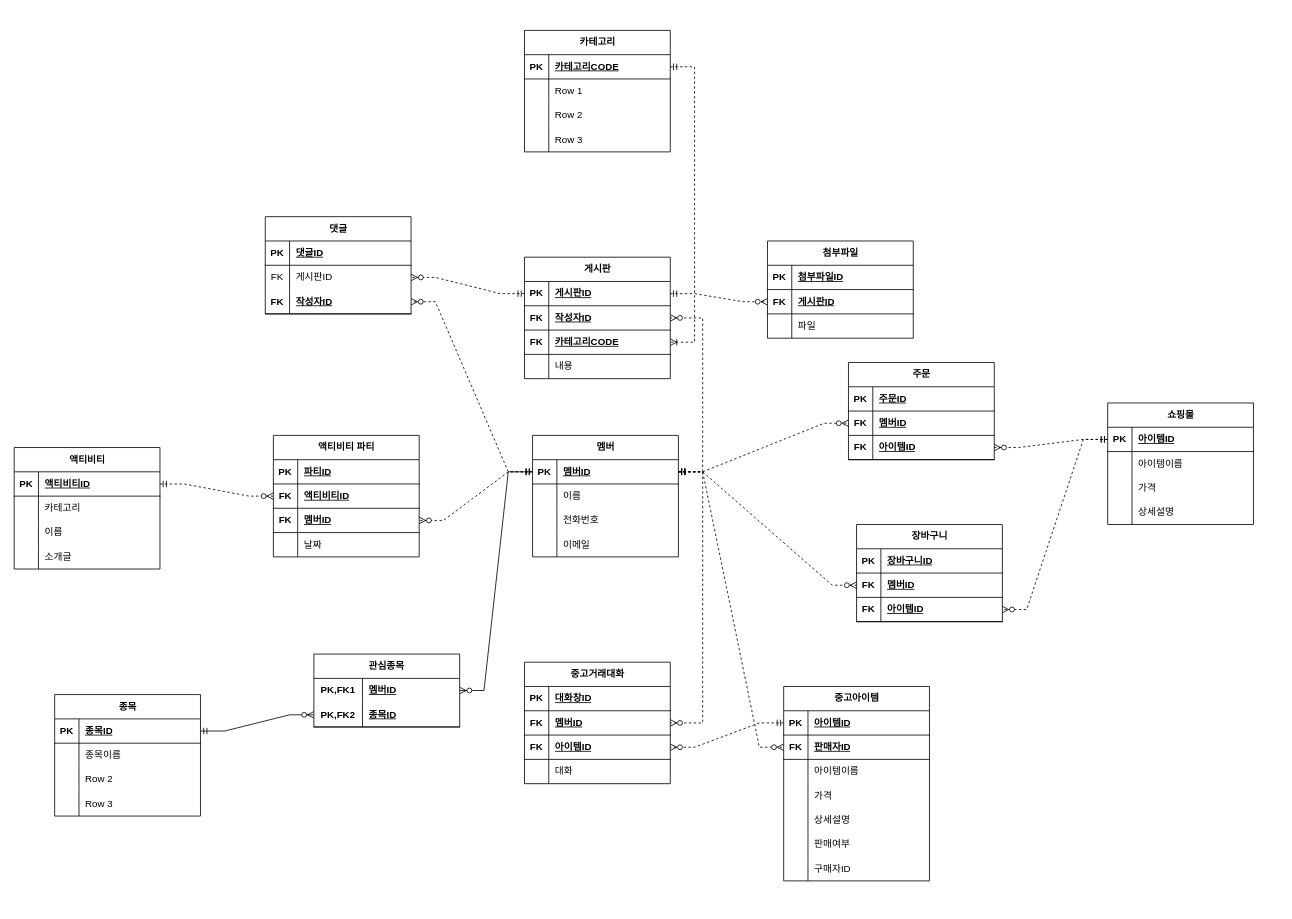
Above: 연습다이어그램.drawio in GGoJae/erd (draw.io), before the change. Source tidied: cells renumbered, new cells numbered last; positions are measured from the earlier drawing's top-left corner, leaving out a move shared by most shapes. Both pictures are drawn from the tidied source at 81%, with x=0, y=0 at pixel (14, 30).
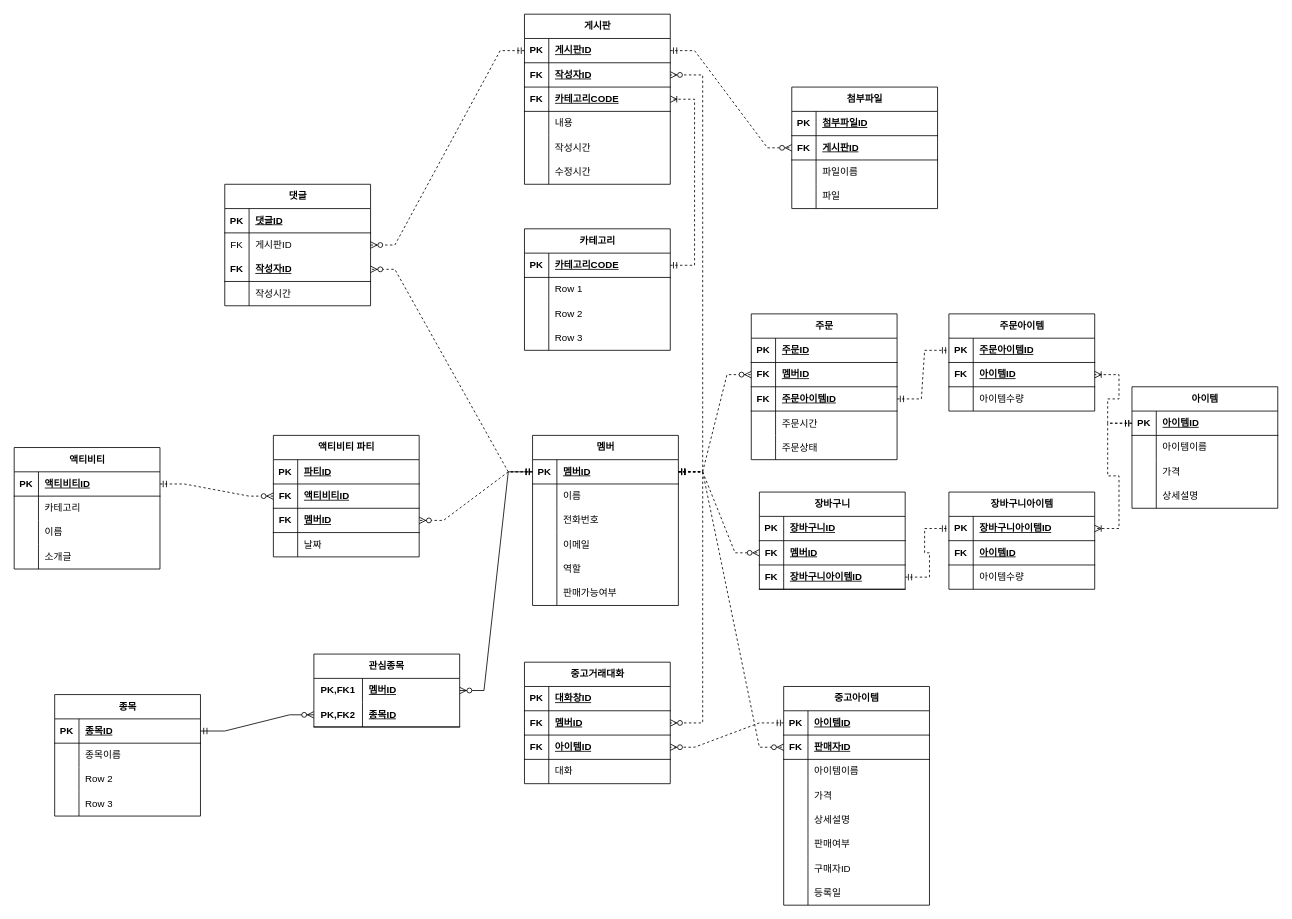
The same page after the edit.

Commit message:
연습다이어그램.drawio 업데이트

The change refers to these unchanged cells:
```xml
<mxCell id="96" style="shape=tableRow;horizontal=0;startSize=0;swimlaneHead=0;swimlaneBody=0;fillColor=none;top=0;left=0;right=0;bottom=0;" parent="89" vertex="1">
  <mxGeometry y="90" width="180" height="30" as="geometry" />
</mxCell>
<mxCell id="110" style="shape=tableRow;horizontal=0;startSize=0;swimlaneHead=0;swimlaneBody=0;fillColor=none;points=[[0,0.5],[1,0.5]];portConstraint=eastwest;top=0;left=0;right=0;bottom=1;" parent="109" vertex="1">
  <mxGeometry y="30" width="180" height="30" as="geometry" />
</mxCell>
<mxCell id="142" style="shape=tableRow;horizontal=0;startSize=0;swimlaneHead=0;swimlaneBody=0;fillColor=none;points=[[0,0.5],[1,0.5]];portConstraint=eastwest;top=0;left=0;right=0;bottom=1;" parent="135" vertex="1">
  <mxGeometry y="90" width="180" height="30" as="geometry" />
</mxCell>
<mxCell id="165" style="shape=tableRow;horizontal=0;startSize=0;swimlaneHead=0;swimlaneBody=0;fillColor=none;points=[[0,0.5],[1,0.5]];portConstraint=eastwest;top=0;left=0;right=0;bottom=1;" parent="158" vertex="1">
  <mxGeometry y="90" width="180" height="30" as="geometry" />
</mxCell>
```

Change to the diagram source:
```diff
@@
     <mxCell id="2" value="멤버" style="shape=table;startSize=30;childLayout=tableLayout;rowLines=0;fontStyle=1;align=center;html=1;" parent="1" vertex="1">
-      <mxGeometry x="640" y="500" width="180" height="150" as="geometry" />
+      <mxGeometry x="640" y="500" width="180" height="210" as="geometry" />
     </mxCell>
@@
+    <mxCell id="191" style="shape=tableRow;horizontal=0;startSize=0;swimlaneHead=0;swimlaneBody=0;fillColor=none;top=0;left=0;right=0;bottom=0;" parent="2" vertex="1">
+      <mxGeometry y="150" width="180" height="30" as="geometry" />
+    </mxCell>
+    <mxCell id="192" style="shape=partialRectangle;fillColor=none;top=0;left=0;bottom=0;right=0;overflow=hidden;whiteSpace=wrap;html=1;" parent="191" vertex="1">
+      <mxGeometry width="30" height="30" as="geometry" />
+    </mxCell>
+    <mxCell id="193" value="역할" style="shape=partialRectangle;fillColor=none;top=0;left=0;bottom=0;right=0;align=left;spacingLeft=6;overflow=hidden;whiteSpace=wrap;html=1;" parent="191" vertex="1">
+      <mxGeometry x="30" width="150" height="30" as="geometry" />
+    </mxCell>
+    <mxCell id="194" style="shape=tableRow;horizontal=0;startSize=0;swimlaneHead=0;swimlaneBody=0;fillColor=none;top=0;left=0;right=0;bottom=0;" parent="2" vertex="1">
+      <mxGeometry y="180" width="180" height="30" as="geometry" />
+    </mxCell>
+    <mxCell id="195" style="shape=partialRectangle;fillColor=none;top=0;left=0;bottom=0;right=0;overflow=hidden;whiteSpace=wrap;html=1;" parent="194" vertex="1">
+      <mxGeometry width="30" height="30" as="geometry" />
+    </mxCell>
+    <mxCell id="196" value="판매가능여부" style="shape=partialRectangle;fillColor=none;top=0;left=0;bottom=0;right=0;align=left;spacingLeft=6;overflow=hidden;whiteSpace=wrap;html=1;" parent="194" vertex="1">
+      <mxGeometry x="30" width="150" height="30" as="geometry" />
+    </mxCell>
@@
     <mxCell id="41" value="게시판" style="shape=table;startSize=30;childLayout=tableLayout;rowLines=0;fontStyle=1;align=center;html=1;" parent="1" vertex="1">
-      <mxGeometry x="630" y="280" width="180" height="150" as="geometry" />
+      <mxGeometry x="630" y="-20" width="180" height="210" as="geometry" />
     </mxCell>
@@
+    <mxCell id="197" style="shape=tableRow;horizontal=0;startSize=0;swimlaneHead=0;swimlaneBody=0;fillColor=none;top=0;left=0;right=0;bottom=0;" parent="41" vertex="1">
+      <mxGeometry y="150" width="180" height="30" as="geometry" />
+    </mxCell>
+    <mxCell id="198" style="shape=partialRectangle;fillColor=none;top=0;left=0;bottom=0;right=0;overflow=hidden;whiteSpace=wrap;html=1;" parent="197" vertex="1">
+      <mxGeometry width="30" height="30" as="geometry" />
+    </mxCell>
+    <mxCell id="199" value="작성시간" style="shape=partialRectangle;fillColor=none;top=0;left=0;bottom=0;right=0;align=left;spacingLeft=6;overflow=hidden;whiteSpace=wrap;html=1;" parent="197" vertex="1">
+      <mxGeometry x="30" width="150" height="30" as="geometry" />
+    </mxCell>
+    <mxCell id="200" style="shape=tableRow;horizontal=0;startSize=0;swimlaneHead=0;swimlaneBody=0;fillColor=none;top=0;left=0;right=0;bottom=0;" parent="41" vertex="1">
+      <mxGeometry y="180" width="180" height="30" as="geometry" />
+    </mxCell>
+    <mxCell id="201" style="shape=partialRectangle;fillColor=none;top=0;left=0;bottom=0;right=0;overflow=hidden;whiteSpace=wrap;html=1;" parent="200" vertex="1">
+      <mxGeometry width="30" height="30" as="geometry" />
+    </mxCell>
+    <mxCell id="202" value="수정시간" style="shape=partialRectangle;fillColor=none;top=0;left=0;bottom=0;right=0;align=left;spacingLeft=6;overflow=hidden;whiteSpace=wrap;html=1;" parent="200" vertex="1">
+      <mxGeometry x="30" width="150" height="30" as="geometry" />
+    </mxCell>
@@
     <mxCell id="67" value="중고아이템" style="shape=table;startSize=30;childLayout=tableLayout;rowLines=0;fontStyle=1;align=center;html=1;" parent="1" vertex="1">
-      <mxGeometry x="950" y="810" width="180" height="240" as="geometry" />
+      <mxGeometry x="950" y="810" width="180" height="270" as="geometry" />
     </mxCell>
@@
+    <mxCell id="203" style="shape=tableRow;horizontal=0;startSize=0;swimlaneHead=0;swimlaneBody=0;fillColor=none;top=0;left=0;right=0;bottom=0;" parent="67" vertex="1">
+      <mxGeometry y="240" width="180" height="30" as="geometry" />
+    </mxCell>
+    <mxCell id="204" style="shape=partialRectangle;fillColor=none;top=0;left=0;bottom=0;right=0;overflow=hidden;whiteSpace=wrap;html=1;" parent="203" vertex="1">
+      <mxGeometry width="30" height="30" as="geometry" />
+    </mxCell>
+    <mxCell id="205" value="등록일" style="shape=partialRectangle;fillColor=none;top=0;left=0;bottom=0;right=0;align=left;spacingLeft=6;overflow=hidden;whiteSpace=wrap;html=1;" parent="203" vertex="1">
+      <mxGeometry x="30" width="150" height="30" as="geometry" />
+    </mxCell>
     <mxCell id="89" value="첨부파일" style="shape=table;startSize=30;childLayout=tableLayout;rowLines=0;fontStyle=1;align=center;html=1;" parent="1" vertex="1">
-      <mxGeometry x="930" y="260" width="180" height="120" as="geometry" />
+      <mxGeometry x="960" y="70" width="180" height="150" as="geometry" />
     </mxCell>
@@
-    <mxCell id="98" value="파일" style="shape=partialRectangle;fillColor=none;top=0;left=0;bottom=0;right=0;align=left;spacingLeft=6;overflow=hidden;whiteSpace=wrap;html=1;" parent="96" vertex="1">
+    <mxCell id="98" value="파일이름" style="shape=partialRectangle;fillColor=none;top=0;left=0;bottom=0;right=0;align=left;spacingLeft=6;overflow=hidden;whiteSpace=wrap;html=1;" parent="96" vertex="1">
       <mxGeometry x="30" width="150" height="30" as="geometry" />
     </mxCell>
+    <mxCell id="206" style="shape=tableRow;horizontal=0;startSize=0;swimlaneHead=0;swimlaneBody=0;fillColor=none;top=0;left=0;right=0;bottom=0;" parent="89" vertex="1">
+      <mxGeometry y="120" width="180" height="30" as="geometry" />
+    </mxCell>
+    <mxCell id="207" style="shape=partialRectangle;fillColor=none;top=0;left=0;bottom=0;right=0;overflow=hidden;whiteSpace=wrap;html=1;" parent="206" vertex="1">
+      <mxGeometry width="30" height="30" as="geometry" />
+    </mxCell>
+    <mxCell id="208" value="파일" style="shape=partialRectangle;fillColor=none;top=0;left=0;bottom=0;right=0;align=left;spacingLeft=6;overflow=hidden;whiteSpace=wrap;html=1;" parent="206" vertex="1">
+      <mxGeometry x="30" width="150" height="30" as="geometry" />
+    </mxCell>
     <mxCell id="99" value="댓글" style="shape=table;startSize=30;childLayout=tableLayout;rowLines=0;fontStyle=1;align=center;html=1;" parent="1" vertex="1">
-      <mxGeometry x="310" y="230" width="180" height="120" as="geometry" />
+      <mxGeometry x="260" y="190" width="180" height="150" as="geometry" />
     </mxCell>
@@
+    <mxCell id="209" style="shape=tableRow;horizontal=0;startSize=0;swimlaneHead=0;swimlaneBody=0;fillColor=none;top=0;left=0;right=0;bottom=0;" parent="99" vertex="1">
+      <mxGeometry y="120" width="180" height="30" as="geometry" />
+    </mxCell>
+    <mxCell id="210" style="shape=partialRectangle;fillColor=none;top=0;left=0;bottom=0;right=0;overflow=hidden;" parent="209" vertex="1">
+      <mxGeometry width="30" height="30" as="geometry" />
+    </mxCell>
+    <mxCell id="211" value="작성시간" style="shape=partialRectangle;fillColor=none;top=0;left=0;bottom=0;right=0;align=left;spacingLeft=6;overflow=hidden;" parent="209" vertex="1">
+      <mxGeometry x="30" width="150" height="30" as="geometry" />
+    </mxCell>
-    <mxCell id="109" value="쇼핑몰" style="shape=table;startSize=30;childLayout=tableLayout;rowLines=0;fontStyle=1;align=center;html=1;" parent="1" vertex="1">
-      <mxGeometry x="1350" y="460" width="180" height="150" as="geometry" />
+    <mxCell id="109" value="아이템" style="shape=table;startSize=30;childLayout=tableLayout;rowLines=0;fontStyle=1;align=center;html=1;" parent="1" vertex="1">
+      <mxGeometry x="1380" y="440" width="180" height="150" as="geometry" />
     </mxCell>
@@
     <mxCell id="122" value="카테고리" style="shape=table;startSize=30;childLayout=tableLayout;rowLines=0;fontStyle=1;align=center;html=1;" parent="1" vertex="1">
-      <mxGeometry x="630" width="180" height="150" as="geometry" />
+      <mxGeometry x="630" y="245" width="180" height="150" as="geometry" />
     </mxCell>
@@
     <mxCell id="135" value="주문" style="shape=table;startSize=30;childLayout=tableLayout;rowLines=0;fontStyle=1;align=center;html=1;" parent="1" vertex="1">
-      <mxGeometry x="1030" y="410" width="180" height="120" as="geometry" />
+      <mxGeometry x="910" y="350" width="180" height="180" as="geometry" />
     </mxCell>
@@
-    <mxCell id="144" value="아이템&lt;span style=&quot;white-space: pre;&quot;&gt;ID&lt;/span&gt;" style="shape=partialRectangle;fillColor=none;top=0;left=0;bottom=0;right=0;align=left;spacingLeft=6;fontStyle=5;overflow=hidden;whiteSpace=wrap;html=1;" parent="142" vertex="1">
+    <mxCell id="144" value="주문아이템&lt;span style=&quot;white-space: pre;&quot;&gt;ID&lt;/span&gt;" style="shape=partialRectangle;fillColor=none;top=0;left=0;bottom=0;right=0;align=left;spacingLeft=6;fontStyle=5;overflow=hidden;whiteSpace=wrap;html=1;" parent="142" vertex="1">
       <mxGeometry x="30" width="150" height="30" as="geometry" />
     </mxCell>
+    <mxCell id="212" style="shape=tableRow;horizontal=0;startSize=0;swimlaneHead=0;swimlaneBody=0;fillColor=none;top=0;left=0;right=0;bottom=0;" parent="135" vertex="1">
+      <mxGeometry y="120" width="180" height="30" as="geometry" />
+    </mxCell>
+    <mxCell id="213" style="shape=partialRectangle;fillColor=none;top=0;left=0;bottom=0;right=0;overflow=hidden;" parent="212" vertex="1">
+      <mxGeometry width="30" height="30" as="geometry" />
+    </mxCell>
+    <mxCell id="214" value="주문시간" style="shape=partialRectangle;fillColor=none;top=0;left=0;bottom=0;right=0;align=left;spacingLeft=6;overflow=hidden;" parent="212" vertex="1">
+      <mxGeometry x="30" width="150" height="30" as="geometry" />
+    </mxCell>
+    <mxCell id="215" style="shape=tableRow;horizontal=0;startSize=0;swimlaneHead=0;swimlaneBody=0;fillColor=none;top=0;left=0;right=0;bottom=0;" parent="135" vertex="1">
+      <mxGeometry y="150" width="180" height="30" as="geometry" />
+    </mxCell>
+    <mxCell id="216" style="shape=partialRectangle;fillColor=none;top=0;left=0;bottom=0;right=0;overflow=hidden;" parent="215" vertex="1">
+      <mxGeometry width="30" height="30" as="geometry" />
+    </mxCell>
+    <mxCell id="217" value="주문상태" style="shape=partialRectangle;fillColor=none;top=0;left=0;bottom=0;right=0;align=left;spacingLeft=6;overflow=hidden;" parent="215" vertex="1">
+      <mxGeometry x="30" width="150" height="30" as="geometry" />
+    </mxCell>
@@
     <mxCell id="158" value="장바구니" style="shape=table;startSize=30;childLayout=tableLayout;rowLines=0;fontStyle=1;align=center;html=1;" parent="1" vertex="1">
-      <mxGeometry x="1040" y="610" width="180" height="120" as="geometry" />
+      <mxGeometry x="920" y="570" width="180" height="120" as="geometry" />
     </mxCell>
@@
-    <mxCell id="167" value="아이템ID" style="shape=partialRectangle;fillColor=none;top=0;left=0;bottom=0;right=0;align=left;spacingLeft=6;fontStyle=5;overflow=hidden;whiteSpace=wrap;html=1;" parent="165" vertex="1">
+    <mxCell id="167" value="장바구니아이템ID" style="shape=partialRectangle;fillColor=none;top=0;left=0;bottom=0;right=0;align=left;spacingLeft=6;fontStyle=5;overflow=hidden;whiteSpace=wrap;html=1;" parent="165" vertex="1">
       <mxGeometry x="30" width="150" height="30" as="geometry" />
     </mxCell>
-    <mxCell id="168" style="edgeStyle=entityRelationEdgeStyle;fontSize=12;html=1;endArrow=ERzeroToMany;startArrow=ERmandOne;rounded=0;dashed=1;" parent="1" edge="1" source="110" target="142">
-      <mxGeometry relative="1" as="geometry" />
-    </mxCell>
@@
-    <mxCell id="171" style="edgeStyle=entityRelationEdgeStyle;fontSize=12;html=1;endArrow=ERzeroToMany;startArrow=ERmandOne;rounded=0;dashed=1;" parent="1" edge="1" source="110" target="165">
-      <mxGeometry relative="1" as="geometry" />
-    </mxCell>
@@
+    <mxCell id="218" value="주문아이템" style="shape=table;startSize=30;childLayout=tableLayout;rowLines=0;fontStyle=1;align=center;html=1;" parent="1" vertex="1">
+      <mxGeometry x="1154" y="350" width="180" height="120" as="geometry" />
+    </mxCell>
+    <mxCell id="219" style="shape=tableRow;horizontal=0;startSize=0;swimlaneHead=0;swimlaneBody=0;fillColor=none;points=[[0,0.5],[1,0.5]];portConstraint=eastwest;top=0;left=0;right=0;bottom=1;" parent="218" vertex="1">
+      <mxGeometry y="30" width="180" height="30" as="geometry" />
+    </mxCell>
+    <mxCell id="220" value="PK" style="shape=partialRectangle;fillColor=none;top=0;left=0;bottom=0;right=0;fontStyle=1;overflow=hidden;whiteSpace=wrap;html=1;" parent="219" vertex="1">
+      <mxGeometry width="30" height="30" as="geometry" />
+    </mxCell>
+    <mxCell id="221" value="주문아이템ID" style="shape=partialRectangle;fillColor=none;top=0;left=0;bottom=0;right=0;align=left;spacingLeft=6;fontStyle=5;overflow=hidden;whiteSpace=wrap;html=1;" parent="219" vertex="1">
+      <mxGeometry x="30" width="150" height="30" as="geometry" />
+    </mxCell>
+    <mxCell id="222" style="shape=tableRow;horizontal=0;startSize=0;swimlaneHead=0;swimlaneBody=0;fillColor=none;points=[[0,0.5],[1,0.5]];portConstraint=eastwest;top=0;left=0;right=0;bottom=1;" parent="218" vertex="1">
+      <mxGeometry y="60" width="180" height="30" as="geometry" />
+    </mxCell>
+    <mxCell id="223" value="FK" style="shape=partialRectangle;fillColor=none;top=0;left=0;bottom=0;right=0;fontStyle=1;overflow=hidden;whiteSpace=wrap;html=1;" parent="222" vertex="1">
+      <mxGeometry width="30" height="30" as="geometry" />
+    </mxCell>
+    <mxCell id="224" value="아이템ID" style="shape=partialRectangle;fillColor=none;top=0;left=0;bottom=0;right=0;align=left;spacingLeft=6;fontStyle=5;overflow=hidden;whiteSpace=wrap;html=1;" parent="222" vertex="1">
+      <mxGeometry x="30" width="150" height="30" as="geometry" />
+    </mxCell>
+    <mxCell id="225" style="shape=tableRow;horizontal=0;startSize=0;swimlaneHead=0;swimlaneBody=0;fillColor=none;top=0;left=0;right=0;bottom=0;" parent="218" vertex="1">
+      <mxGeometry y="90" width="180" height="30" as="geometry" />
+    </mxCell>
+    <mxCell id="226" style="shape=partialRectangle;fillColor=none;top=0;left=0;bottom=0;right=0;overflow=hidden;whiteSpace=wrap;html=1;" parent="225" vertex="1">
+      <mxGeometry width="30" height="30" as="geometry" />
+    </mxCell>
+    <mxCell id="227" value="아이템수량" style="shape=partialRectangle;fillColor=none;top=0;left=0;bottom=0;right=0;align=left;spacingLeft=6;overflow=hidden;whiteSpace=wrap;html=1;" parent="225" vertex="1">
+      <mxGeometry x="30" width="150" height="30" as="geometry" />
+    </mxCell>
+    <mxCell id="228" value="장바구니아이템" style="shape=table;startSize=30;childLayout=tableLayout;rowLines=0;fontStyle=1;align=center;html=1;" parent="1" vertex="1">
+      <mxGeometry x="1154" y="570" width="180" height="120" as="geometry" />
+    </mxCell>
+    <mxCell id="229" style="shape=tableRow;horizontal=0;startSize=0;swimlaneHead=0;swimlaneBody=0;fillColor=none;points=[[0,0.5],[1,0.5]];portConstraint=eastwest;top=0;left=0;right=0;bottom=1;" parent="228" vertex="1">
+      <mxGeometry y="30" width="180" height="30" as="geometry" />
+    </mxCell>
+    <mxCell id="230" value="PK" style="shape=partialRectangle;fillColor=none;top=0;left=0;bottom=0;right=0;fontStyle=1;overflow=hidden;whiteSpace=wrap;html=1;" parent="229" vertex="1">
+      <mxGeometry width="30" height="30" as="geometry" />
+    </mxCell>
+    <mxCell id="231" value="장바구니아이템ID" style="shape=partialRectangle;fillColor=none;top=0;left=0;bottom=0;right=0;align=left;spacingLeft=6;fontStyle=5;overflow=hidden;whiteSpace=wrap;html=1;" parent="229" vertex="1">
+      <mxGeometry x="30" width="150" height="30" as="geometry" />
+    </mxCell>
+    <mxCell id="232" style="shape=tableRow;horizontal=0;startSize=0;swimlaneHead=0;swimlaneBody=0;fillColor=none;top=0;left=0;right=0;bottom=1;" parent="228" vertex="1">
+      <mxGeometry y="60" width="180" height="30" as="geometry" />
+    </mxCell>
+    <mxCell id="233" value="FK" style="shape=partialRectangle;fillColor=none;top=0;left=0;bottom=0;right=0;fontStyle=1;overflow=hidden;whiteSpace=wrap;html=1;" parent="232" vertex="1">
+      <mxGeometry width="30" height="30" as="geometry" />
+    </mxCell>
+    <mxCell id="234" value="아이템ID" style="shape=partialRectangle;fillColor=none;top=0;left=0;bottom=0;right=0;align=left;spacingLeft=6;fontStyle=5;overflow=hidden;whiteSpace=wrap;html=1;" parent="232" vertex="1">
+      <mxGeometry x="30" width="150" height="30" as="geometry" />
+    </mxCell>
+    <mxCell id="235" style="shape=tableRow;horizontal=0;startSize=0;swimlaneHead=0;swimlaneBody=0;fillColor=none;top=0;left=0;right=0;bottom=0;" parent="228" vertex="1">
+      <mxGeometry y="90" width="180" height="30" as="geometry" />
+    </mxCell>
+    <mxCell id="236" style="shape=partialRectangle;fillColor=none;top=0;left=0;bottom=0;right=0;overflow=hidden;whiteSpace=wrap;html=1;" parent="235" vertex="1">
+      <mxGeometry width="30" height="30" as="geometry" />
+    </mxCell>
+    <mxCell id="237" value="아이템수량" style="shape=partialRectangle;fillColor=none;top=0;left=0;bottom=0;right=0;align=left;spacingLeft=6;overflow=hidden;whiteSpace=wrap;html=1;" parent="235" vertex="1">
+      <mxGeometry x="30" width="150" height="30" as="geometry" />
+    </mxCell>
+    <mxCell id="238" style="edgeStyle=entityRelationEdgeStyle;fontSize=12;html=1;endArrow=ERoneToMany;startArrow=ERmandOne;rounded=0;dashed=1;" parent="1" edge="1" source="110" target="222">
+      <mxGeometry relative="1" as="geometry" />
+    </mxCell>
+    <mxCell id="239" style="edgeStyle=entityRelationEdgeStyle;fontSize=12;html=1;endArrow=ERmandOne;startArrow=ERmandOne;rounded=0;dashed=1;" parent="1" edge="1" source="142" target="219">
+      <mxGeometry relative="1" as="geometry" />
+    </mxCell>
+    <mxCell id="240" style="edgeStyle=entityRelationEdgeStyle;fontSize=12;html=1;endArrow=ERmandOne;startArrow=ERmandOne;rounded=0;dashed=1;" parent="1" edge="1" source="165" target="229">
+      <mxGeometry relative="1" as="geometry" />
+    </mxCell>
+    <mxCell id="241" style="edgeStyle=entityRelationEdgeStyle;fontSize=12;html=1;endArrow=ERoneToMany;startArrow=ERmandOne;rounded=0;dashed=1;" parent="1" edge="1" source="110" target="229">
+      <mxGeometry relative="1" as="geometry" />
+    </mxCell>
```
